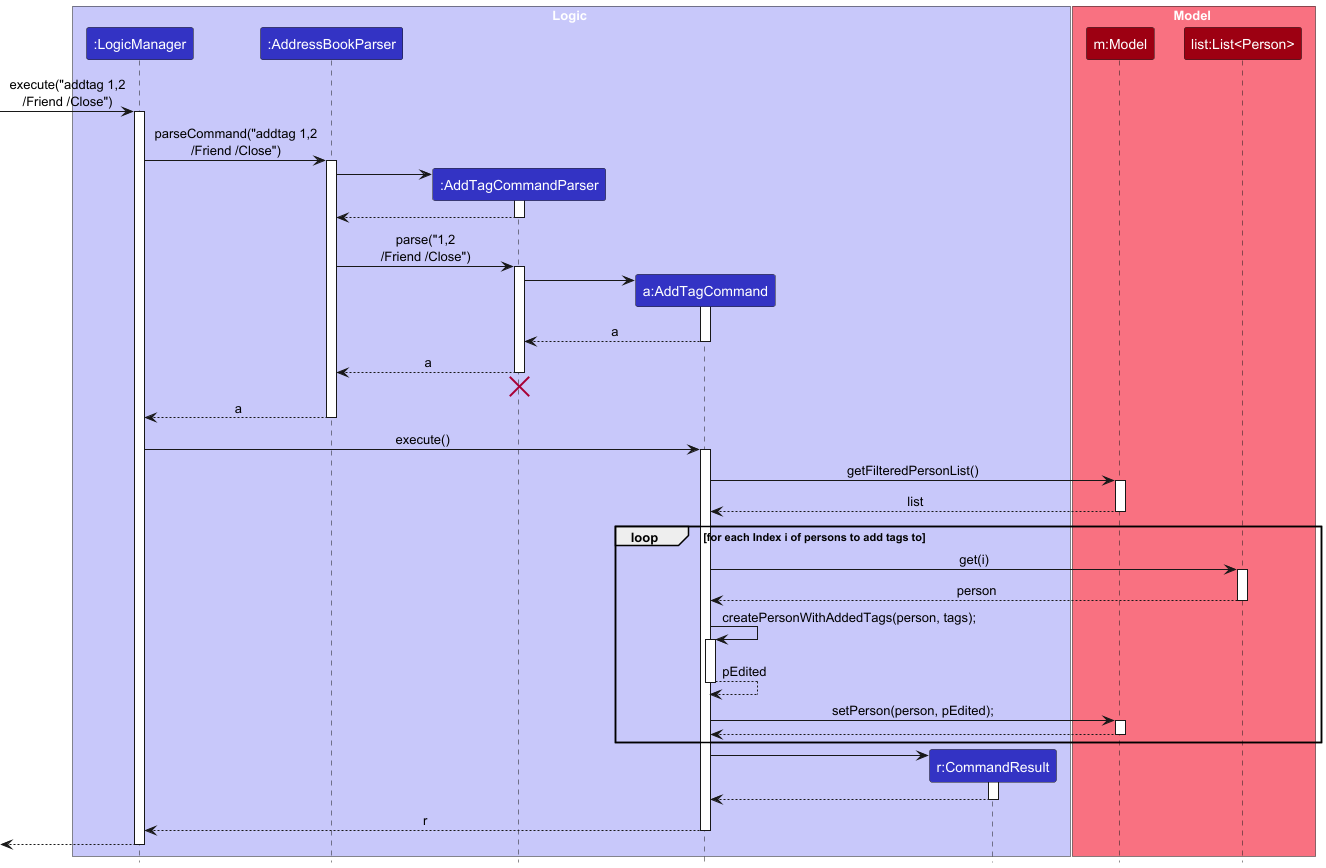
The PlantUML diagram docs/images/AddTagCommandSequenceDiagram.png in AY2526S2-CS2103T-T12-3/tp, before a commit.
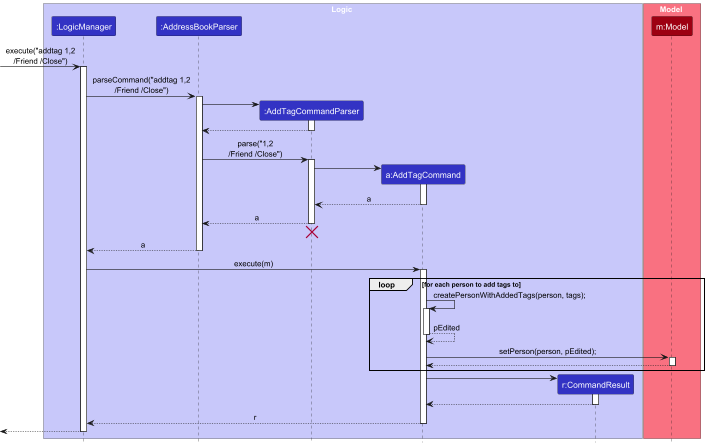
Later version of the same file.

The edit, as a diff of the source:
```diff
@@ -12,7 +12,6 @@
 
 box Model MODEL_COLOR_T1
 participant "m:Model" as Model MODEL_COLOR
-participant "list:List<Person>" as List MODEL_COLOR
 end box
 
 [-> LogicManager : execute("addtag 1,2\n/Friend /Close")
@@ -46,22 +45,10 @@
 AddressBookParser --> LogicManager : a
 deactivate AddressBookParser
 
-LogicManager -> AddTagCommand : execute()
+LogicManager -> AddTagCommand : execute(m)
 activate AddTagCommand
 
-AddTagCommand -> Model : getFilteredPersonList()
-activate Model
-
-Model --> AddTagCommand : list
-deactivate Model
-
-loop TRANSPARENT_COLOR for each Index i of persons to add tags to
-
-AddTagCommand -> List : get(i)
-activate List
-
-List --> AddTagCommand : person
-deactivate List
+loop TRANSPARENT_COLOR for each person to add tags to
 
 AddTagCommand -> AddTagCommand : createPersonWithAddedTags(person, tags);
 activate AddTagCommand
```
